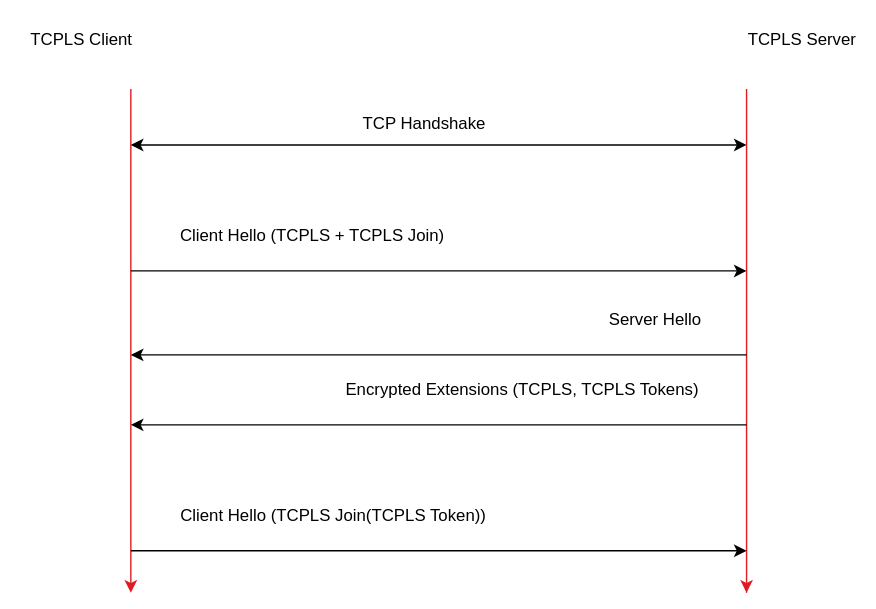
Above: tcpls_hs.svg in helkoulak/gemini (draw.io), before the change. Source tidied: cells renumbered, new cells last; positions are measured from the earlier drawing's top-left corner, leaving out a move shared by most shapes.
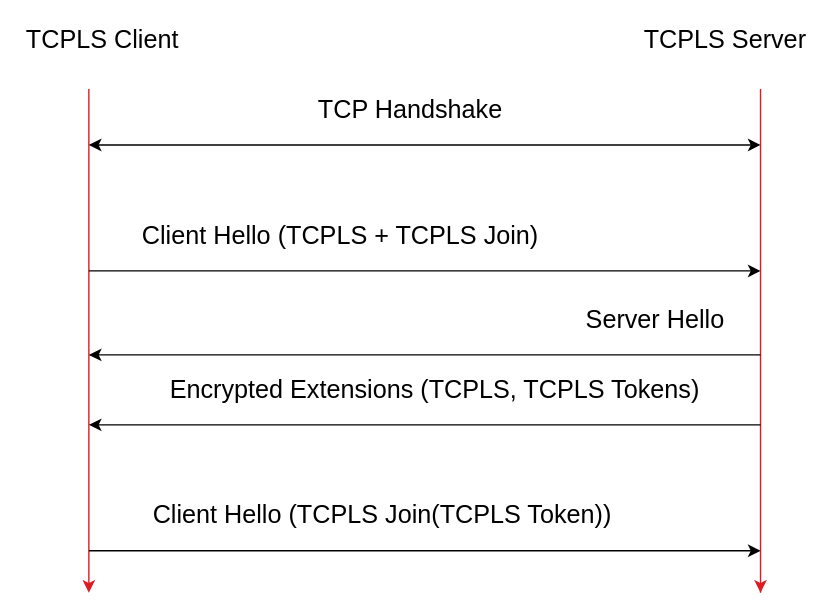
The same diagram one commit later.

The edit, as a diff of the source:
```diff
@@ -10,75 +10,75 @@
     </mxCell>
     <mxCell id="3" style="endArrow=classic;html=1;rounded=0;strokeColor=#e01b24;" parent="1" edge="1">
       <mxGeometry relative="1" as="geometry">
-        <mxPoint x="530" y="420" as="sourcePoint" />
-        <mxPoint x="530" y="420" as="targetPoint" />
+        <mxPoint x="570" y="420" as="sourcePoint" />
+        <mxPoint x="570" y="420" as="targetPoint" />
         <Array as="points">
-          <mxPoint x="530" y="60" />
+          <mxPoint x="570" y="60" />
         </Array>
       </mxGeometry>
     </mxCell>
-    <mxCell id="4" value="TCPLS Client" style="text;html=1;align=center;verticalAlign=middle;whiteSpace=wrap;rounded=0;" parent="1" vertex="1">
-      <mxGeometry width="110" height="50" as="geometry" />
+    <mxCell id="4" value="&lt;font style=&quot;font-size: 18px;&quot;&gt;TCPLS Client&lt;/font&gt;" style="text;html=1;align=center;verticalAlign=middle;whiteSpace=wrap;rounded=0;" parent="1" vertex="1">
+      <mxGeometry x="30" width="140" height="50" as="geometry" />
     </mxCell>
-    <mxCell id="5" value="TCPLS Server" style="text;html=1;align=center;verticalAlign=middle;whiteSpace=wrap;rounded=0;" parent="1" vertex="1">
-      <mxGeometry x="520" y="10" width="100" height="30" as="geometry" />
+    <mxCell id="5" value="&lt;font style=&quot;font-size: 18px;&quot;&gt;TCPLS Server&lt;/font&gt;" style="text;html=1;align=center;verticalAlign=middle;whiteSpace=wrap;rounded=0;" parent="1" vertex="1">
+      <mxGeometry x="470" y="5" width="150" height="40" as="geometry" />
     </mxCell>
     <mxCell id="6" style="endArrow=classic;html=1;rounded=0;" parent="1" edge="1">
       <mxGeometry relative="1" as="geometry">
         <mxPoint x="90" y="190" as="sourcePoint" />
-        <mxPoint x="530" y="190" as="targetPoint" />
+        <mxPoint x="570" y="190" as="targetPoint" />
         <Array as="points">
           <mxPoint x="170" y="190" />
         </Array>
       </mxGeometry>
     </mxCell>
-    <mxCell id="7" value="Client Hello (TCPLS + TCPLS Join)" style="text;html=1;align=center;verticalAlign=middle;whiteSpace=wrap;rounded=0;" parent="1" vertex="1">
-      <mxGeometry x="90" y="150" width="260" height="30" as="geometry" />
+    <mxCell id="7" value="&lt;font style=&quot;font-size: 18px;&quot;&gt;Client Hello (TCPLS + TCPLS Join)&lt;/font&gt;" style="text;html=1;align=center;verticalAlign=middle;whiteSpace=wrap;rounded=0;" parent="1" vertex="1">
+      <mxGeometry x="100" y="150" width="340" height="30" as="geometry" />
     </mxCell>
     <mxCell id="8" style="endArrow=classic;html=1;rounded=0;" parent="1" edge="1">
       <mxGeometry relative="1" as="geometry">
-        <mxPoint x="530" y="300" as="sourcePoint" />
+        <mxPoint x="570" y="300" as="sourcePoint" />
         <mxPoint x="90" y="300" as="targetPoint" />
       </mxGeometry>
     </mxCell>
-    <mxCell id="9" value="Encrypted Extensions (TCPLS, TCPLS Tokens)" style="text;html=1;align=center;verticalAlign=middle;whiteSpace=wrap;rounded=0;" parent="1" vertex="1">
-      <mxGeometry x="195" y="260" width="350" height="30" as="geometry" />
+    <mxCell id="9" value="&lt;font style=&quot;font-size: 18px;&quot;&gt;Encrypted Extensions (TCPLS, TCPLS Tokens)&lt;/font&gt;" style="text;html=1;align=center;verticalAlign=middle;whiteSpace=wrap;rounded=0;" parent="1" vertex="1">
+      <mxGeometry x="110" y="260" width="455" height="30" as="geometry" />
     </mxCell>
     <mxCell id="10" style="endArrow=classic;html=1;rounded=0;" parent="1" edge="1">
       <mxGeometry relative="1" as="geometry">
-        <mxPoint x="530" y="250" as="sourcePoint" />
+        <mxPoint x="570" y="250" as="sourcePoint" />
         <mxPoint x="90" y="250" as="targetPoint" />
         <Array as="points">
           <mxPoint x="330" y="250" />
         </Array>
       </mxGeometry>
     </mxCell>
-    <mxCell id="11" value="Server Hello" style="text;html=1;align=center;verticalAlign=middle;whiteSpace=wrap;rounded=0;" parent="1" vertex="1">
-      <mxGeometry x="390" y="210" width="150" height="30" as="geometry" />
+    <mxCell id="11" value="&lt;font style=&quot;font-size: 18px;&quot;&gt;Server Hello&lt;/font&gt;" style="text;html=1;align=center;verticalAlign=middle;whiteSpace=wrap;rounded=0;" parent="1" vertex="1">
+      <mxGeometry x="420" y="210" width="150" height="30" as="geometry" />
     </mxCell>
     <mxCell id="12" style="endArrow=classic;html=1;rounded=0;" parent="1" edge="1">
       <mxGeometry relative="1" as="geometry">
         <mxPoint x="90" y="390" as="sourcePoint" />
-        <mxPoint x="530" y="390" as="targetPoint" />
+        <mxPoint x="570" y="390" as="targetPoint" />
         <Array as="points">
           <mxPoint x="290" y="390" />
         </Array>
       </mxGeometry>
     </mxCell>
-    <mxCell id="13" value="Client Hello (TCPLS Join(TCPLS Token))" style="text;html=1;align=center;verticalAlign=middle;whiteSpace=wrap;rounded=0;" parent="1" vertex="1">
-      <mxGeometry x="100" y="350" width="270" height="30" as="geometry" />
+    <mxCell id="13" value="&lt;font style=&quot;font-size: 18px;&quot;&gt;Client Hello (TCPLS Join(TCPLS Token))&lt;/font&gt;" style="text;html=1;align=center;verticalAlign=middle;whiteSpace=wrap;rounded=0;" parent="1" vertex="1">
+      <mxGeometry x="100" y="350" width="400" height="30" as="geometry" />
     </mxCell>
     <mxCell id="14" style="endArrow=classic;startArrow=classic;html=1;rounded=0;" parent="1" edge="1">
       <mxGeometry relative="1" as="geometry">
         <mxPoint x="90" y="100" as="sourcePoint" />
-        <mxPoint x="530" y="100" as="targetPoint" />
+        <mxPoint x="570" y="100" as="targetPoint" />
         <Array as="points">
           <mxPoint x="300" y="100" />
         </Array>
       </mxGeometry>
     </mxCell>
-    <mxCell id="15" value="TCP Handshake" style="text;html=1;align=center;verticalAlign=middle;whiteSpace=wrap;rounded=0;" parent="1" vertex="1">
-      <mxGeometry x="240" y="70" width="120" height="30" as="geometry" />
+    <mxCell id="15" value="&lt;font style=&quot;font-size: 18px;&quot;&gt;TCP Handshake&lt;/font&gt;" style="text;html=1;align=center;verticalAlign=middle;whiteSpace=wrap;rounded=0;" parent="1" vertex="1">
+      <mxGeometry x="240" y="50" width="160" height="50" as="geometry" />
     </mxCell>
   </root>
 </mxGraphModel>
```
